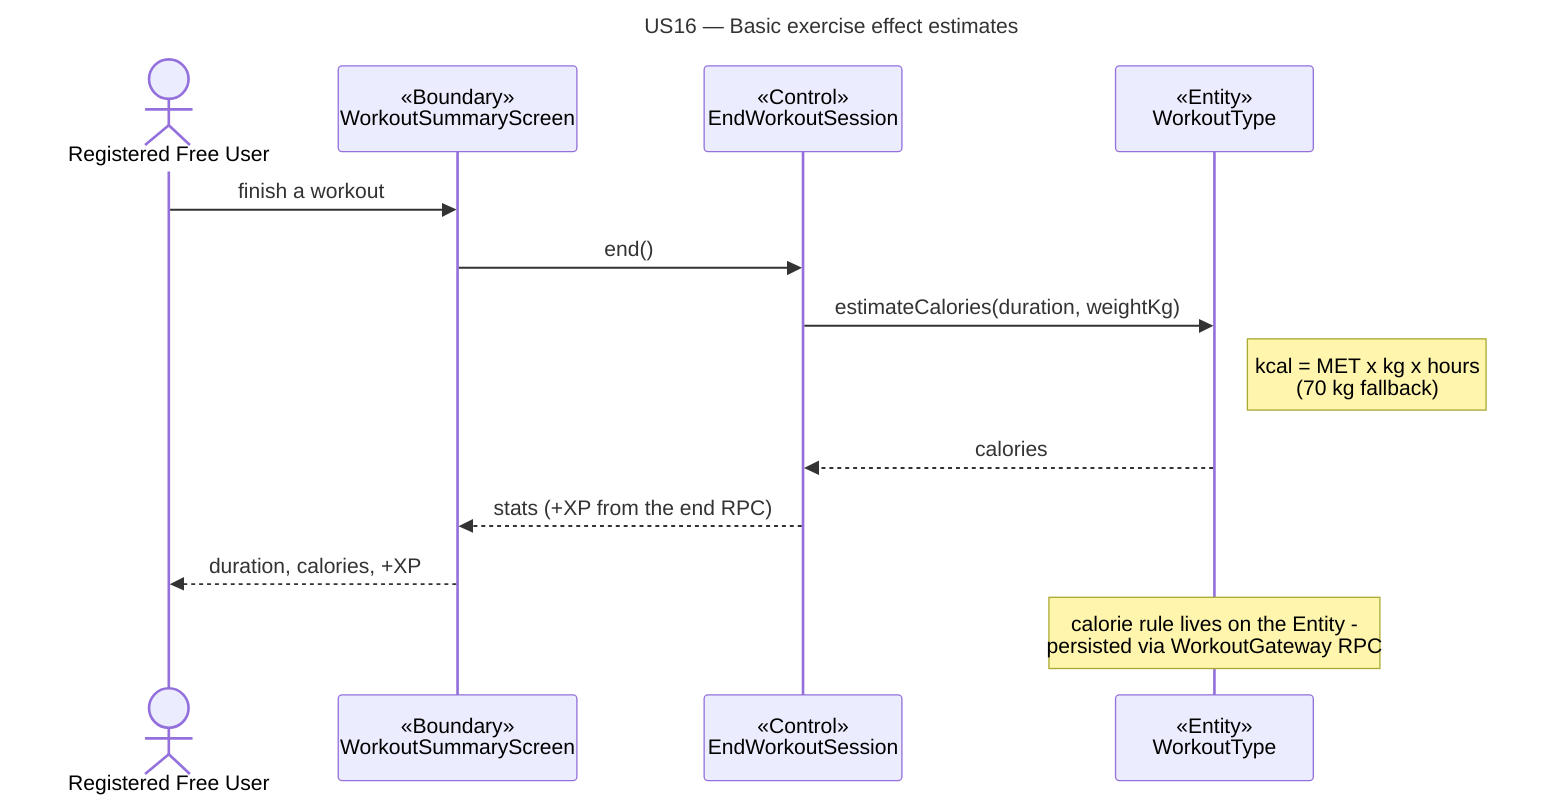
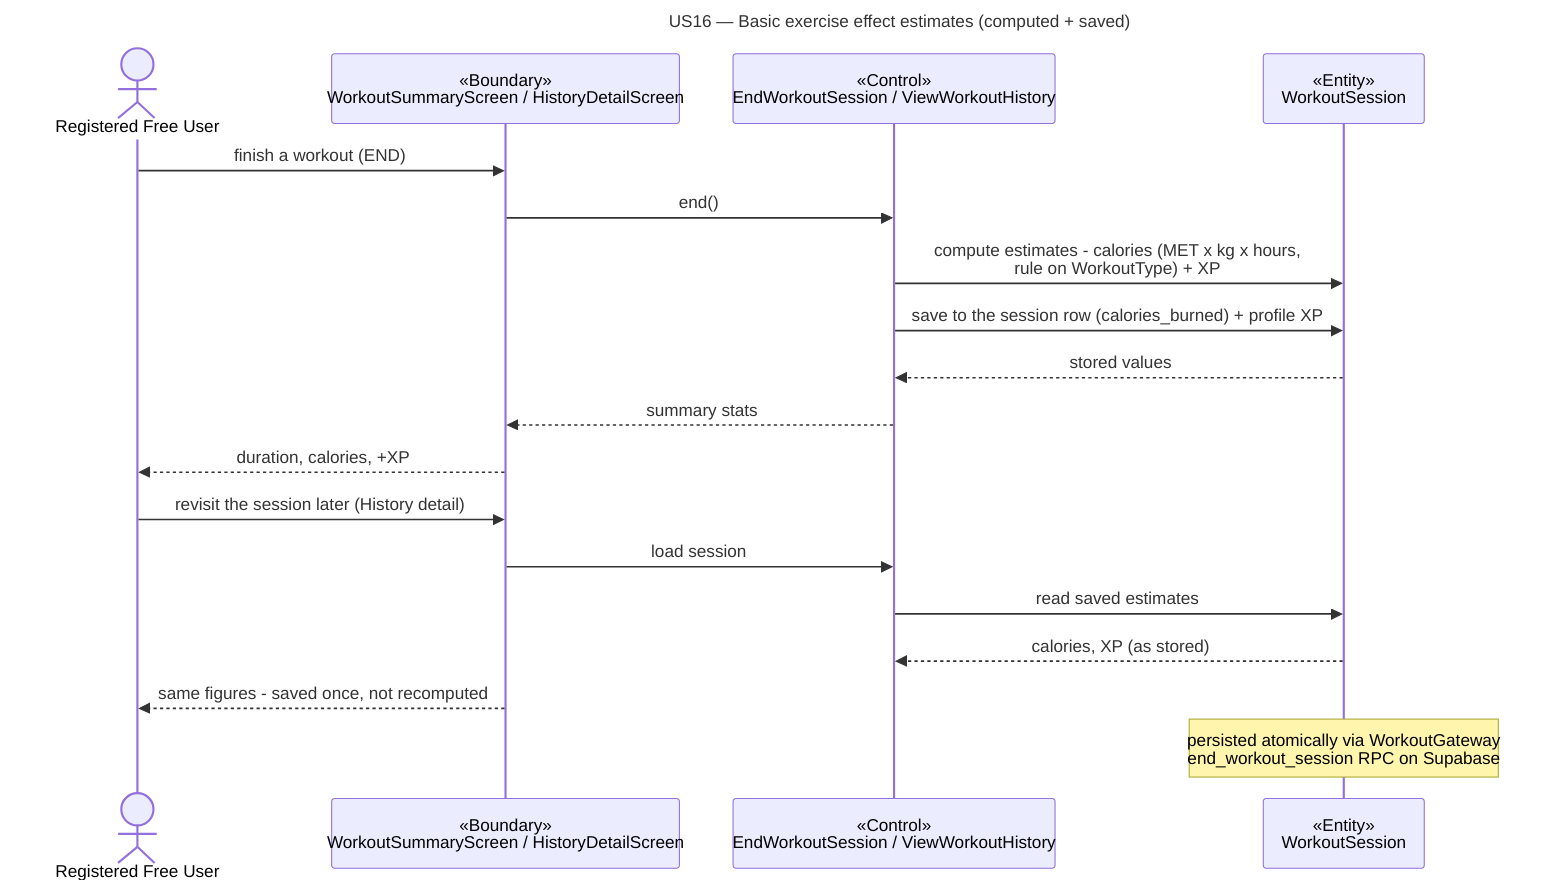
---
- title: "US16 — Basic exercise effect estimates"
+ title: "US16 — Basic exercise effect estimates (computed + saved)"
---
sequenceDiagram
  actor A as Registered Free User
-   participant B as «Boundary»<br/>WorkoutSummaryScreen
-   participant C as «Control»<br/>EndWorkoutSession
-   participant E as «Entity»<br/>WorkoutType
-   A->>B: finish a workout
+   participant B as «Boundary»<br/>WorkoutSummaryScreen / HistoryDetailScreen
+   participant C as «Control»<br/>EndWorkoutSession / ViewWorkoutHistory
+   participant E as «Entity»<br/>WorkoutSession
+   A->>B: finish a workout (END)
  B->>C: end()
-   C->>E: estimateCalories(duration, weightKg)
-   note right of E: kcal = MET x kg x hours<br/>(70 kg fallback)
-   E-->>C: calories
-   C-->>B: stats (+XP from the end RPC)
+   C->>E: compute estimates - calories (MET x kg x hours,<br/>rule on WorkoutType) + XP
+   C->>E: save to the session row (calories_burned) + profile XP
+   E-->>C: stored values
+   C-->>B: summary stats
  B-->>A: duration, calories, +XP
-   note over E: calorie rule lives on the Entity -<br/>persisted via WorkoutGateway RPC
+   A->>B: revisit the session later (History detail)
+   B->>C: load session
+   C->>E: read saved estimates
+   E-->>C: calories, XP (as stored)
+   B-->>A: same figures - saved once, not recomputed
+   note over E: persisted atomically via WorkoutGateway<br/>end_workout_session RPC on Supabase
